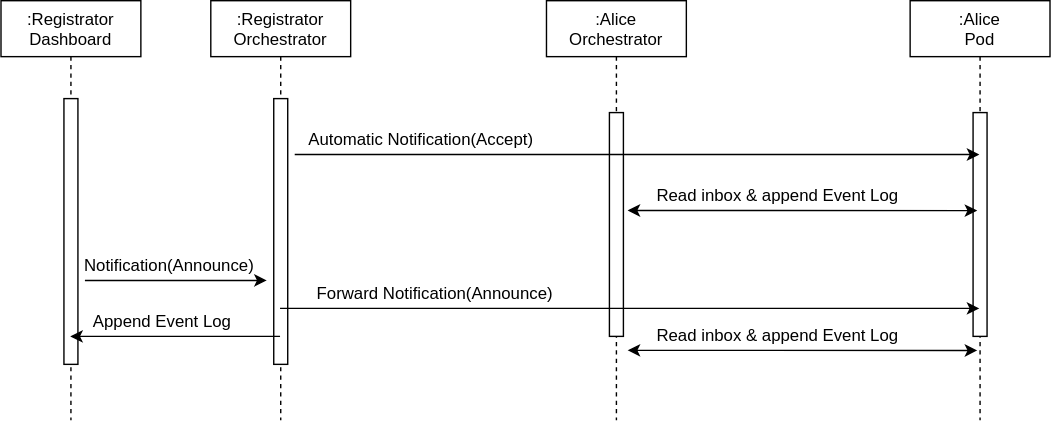
CRISalid-esr/spec-usecases keeps this draw.io diagram as images/spec-usecases_scholarly_5.svg. Above is the earlier version. Source tidied: cells renumbered, new cells last; positions are measured from the earlier drawing's top-left corner, leaving out a move shared by most shapes.
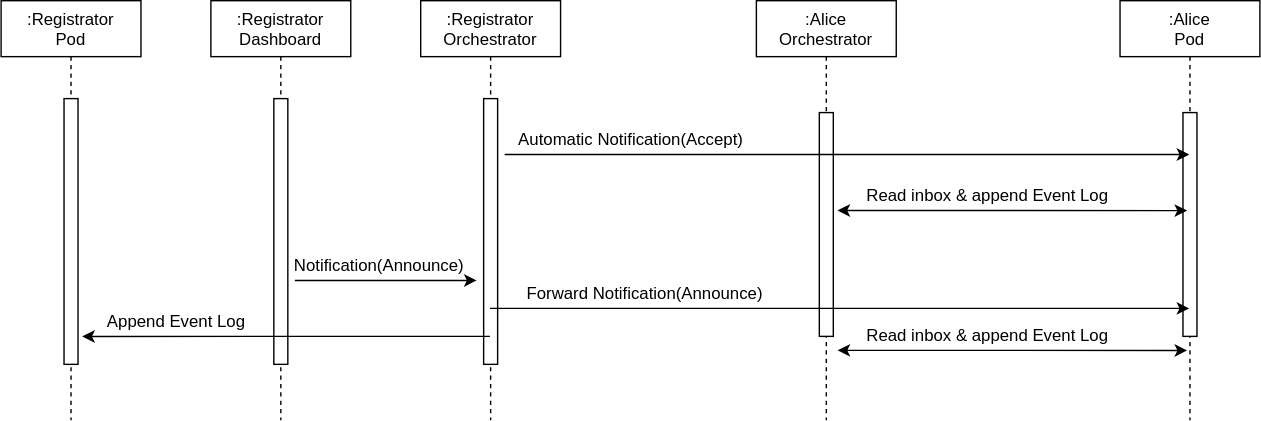
After the change.

Commit message:
Fixing errors in the diagrams

What changed in the source:
```diff
@@ -62,13 +62,13 @@
     <mxCell id="17" value="Forward Notification(Announce)" style="text;html=1;align=center;verticalAlign=middle;strokeColor=none;fillColor=none;" parent="1" vertex="1">
       <mxGeometry x="220" y="200" width="180" height="20" as="geometry" />
     </mxCell>
-    <mxCell id="18" style="endArrow=classic;html=1;rounded=0;" parent="1" edge="1" target="8">
+    <mxCell id="18" style="endArrow=classic;html=1;rounded=0;entryX=1.3;entryY=0.895;entryDx=0;entryDy=0;entryPerimeter=0;" parent="1" edge="1" target="23">
       <mxGeometry relative="1" as="geometry">
         <mxPoint x="199.5" y="240" as="sourcePoint" />
       </mxGeometry>
     </mxCell>
     <mxCell id="19" value="Append Event Log" style="text;html=1;align=center;verticalAlign=middle;strokeColor=none;fillColor=none;" parent="1" vertex="1">
-      <mxGeometry x="60" y="220" width="110" height="20" as="geometry" />
+      <mxGeometry x="-80" y="220" width="110" height="20" as="geometry" />
     </mxCell>
     <mxCell id="20" style="endArrow=classic;startArrow=classic;html=1;rounded=0;entryX=0.5;entryY=0.563;entryDx=0;entryDy=0;entryPerimeter=0;" parent="1" edge="1">
       <mxGeometry relative="1" as="geometry">
@@ -79,5 +79,11 @@
     <mxCell id="21" value="Read inbox &amp;amp; append Event Log" style="text;html=1;align=center;verticalAlign=middle;strokeColor=none;fillColor=none;" parent="1" vertex="1">
       <mxGeometry x="460" y="230" width="190" height="20" as="geometry" />
     </mxCell>
+    <mxCell id="22" value=":Registrator&#10;Pod" style="shape=umlLifeline;perimeter=lifelinePerimeter;rounded=0;shadow=0;strokeWidth=1;" parent="1" vertex="1">
+      <mxGeometry x="-150" width="100" height="300" as="geometry" />
+    </mxCell>
+    <mxCell id="23" style="points=[];perimeter=orthogonalPerimeter;rounded=0;shadow=0;strokeWidth=1;" parent="22" vertex="1">
+      <mxGeometry x="45" y="70" width="10" height="190" as="geometry" />
+    </mxCell>
   </root>
 </mxGraphModel>
```
